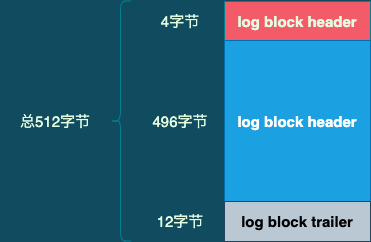
Before: assets/redo log block示意图.png, a diagram exported from draw.io (gwwwwt/mysql_8.0.4). Source tidied: cells renumbered, new cells last; positions are measured from the earlier drawing's top-left corner, leaving out a move shared by most shapes.
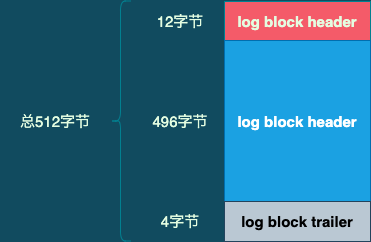
Later version of the same file.

Change to the diagram source:
```diff
@@ -11,10 +11,10 @@
     <mxCell id="4" value="log block trailer" style="rounded=0;whiteSpace=wrap;html=1;sketch=0;strokeColor=#23445d;fillColor=#bac8d3;fontSize=15;fontStyle=1;" parent="1" vertex="1">
       <mxGeometry x="224" y="200" width="146" height="40" as="geometry" />
     </mxCell>
-    <mxCell id="5" value="4字节" style="text;html=1;strokeColor=none;fillColor=none;align=center;verticalAlign=middle;whiteSpace=wrap;rounded=0;sketch=0;fontSize=15;fontColor=#E4FDE1;" parent="1" vertex="1">
+    <mxCell id="5" value="12字节" style="text;html=1;strokeColor=none;fillColor=none;align=center;verticalAlign=middle;whiteSpace=wrap;rounded=0;sketch=0;fontSize=15;fontColor=#E4FDE1;" parent="1" vertex="1">
       <mxGeometry x="150" y="10" width="60" height="20" as="geometry" />
     </mxCell>
-    <mxCell id="6" value="12字节" style="text;html=1;strokeColor=none;fillColor=none;align=center;verticalAlign=middle;whiteSpace=wrap;rounded=0;sketch=0;fontSize=15;fontColor=#E4FDE1;" parent="1" vertex="1">
+    <mxCell id="6" value="4字节" style="text;html=1;strokeColor=none;fillColor=none;align=center;verticalAlign=middle;whiteSpace=wrap;rounded=0;sketch=0;fontSize=15;fontColor=#E4FDE1;" parent="1" vertex="1">
       <mxGeometry x="150" y="210" width="60" height="20" as="geometry" />
     </mxCell>
     <mxCell id="7" value="496字节" style="text;html=1;strokeColor=none;fillColor=none;align=center;verticalAlign=middle;whiteSpace=wrap;rounded=0;sketch=0;fontSize=15;fontColor=#E4FDE1;" parent="1" vertex="1">
```
